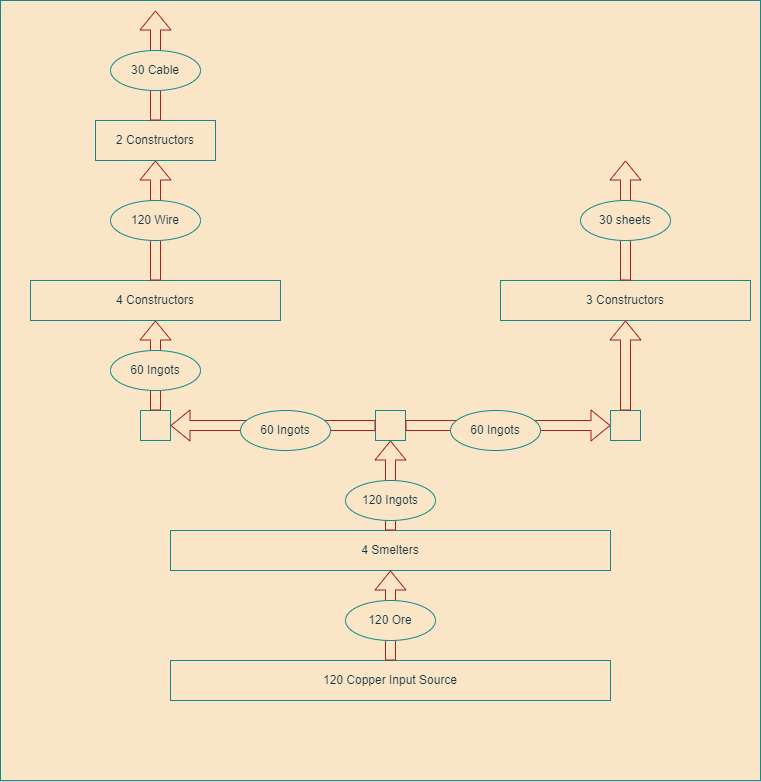
Earlier version of the draw.io export copper.drawio.png (nlarsen31/Factories). Source tidied: cells renumbered, new cells last; positions are measured from the earlier drawing's top-left corner, leaving out a move shared by most shapes.
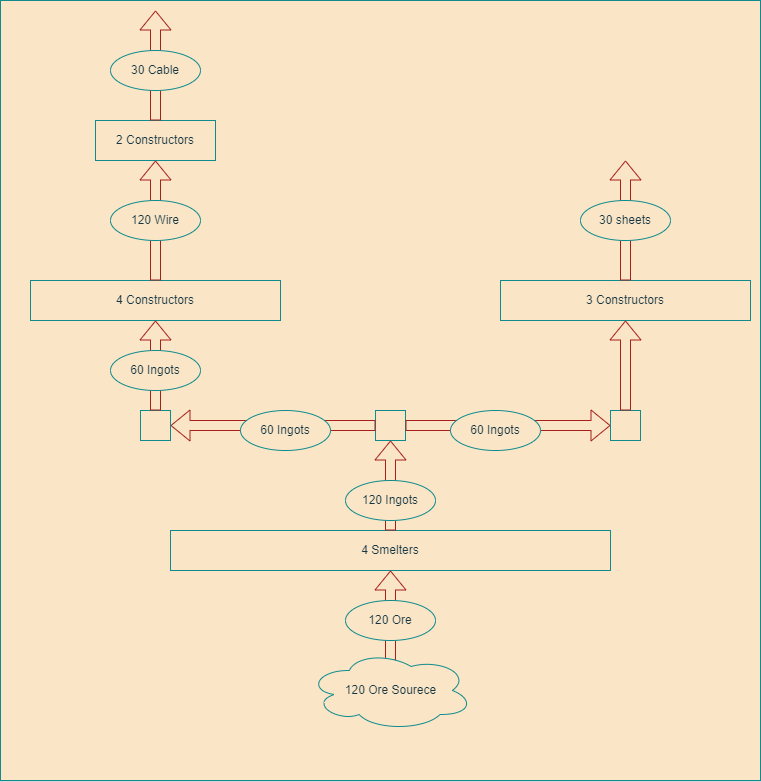
Above is the later version.

What changed in the source:
```diff
@@ -5,9 +5,6 @@
     <mxCell id="2" style="rounded=0;whiteSpace=wrap;html=1;fillColor=#FAE5C7;strokeColor=#0F8B8D;fontColor=#143642;" parent="1" vertex="1">
       <mxGeometry width="760" height="780" as="geometry" />
     </mxCell>
-    <mxCell id="3" value="120 Copper Input Source" style="rounded=0;whiteSpace=wrap;html=1;fillColor=#FAE5C7;strokeColor=#0F8B8D;fontColor=#143642;" parent="1" vertex="1">
-      <mxGeometry x="170" y="660" width="440" height="40" as="geometry" />
-    </mxCell>
     <mxCell id="4" value="4 Smelters" style="rounded=0;whiteSpace=wrap;html=1;fillColor=#FAE5C7;strokeColor=#0F8B8D;fontColor=#143642;" parent="1" vertex="1">
       <mxGeometry x="170" y="530" width="440" height="40" as="geometry" />
     </mxCell>
@@ -16,8 +13,10 @@
         <mxPoint x="390" y="440" as="targetPoint" />
       </mxGeometry>
     </mxCell>
-    <mxCell id="6" style="shape=flexArrow;endArrow=classic;html=1;rounded=0;exitX=0.5;exitY=0;exitDx=0;exitDy=0;entryX=0.5;entryY=1;entryDx=0;entryDy=0;labelBackgroundColor=#DAD2D8;strokeColor=#A8201A;fontColor=#143642;" parent="1" edge="1" source="3" target="4">
-      <mxGeometry relative="1" as="geometry" />
+    <mxCell id="6" style="shape=flexArrow;endArrow=classic;html=1;rounded=0;exitX=0.5;exitY=0;exitDx=0;exitDy=0;entryX=0.5;entryY=1;entryDx=0;entryDy=0;labelBackgroundColor=#DAD2D8;strokeColor=#A8201A;fontColor=#143642;" parent="1" edge="1" target="4">
+      <mxGeometry relative="1" as="geometry">
+        <mxPoint x="390" y="660" as="sourcePoint" />
+      </mxGeometry>
     </mxCell>
     <mxCell id="7" value="120 Ore" style="ellipse;whiteSpace=wrap;html=1;fillColor=#FAE5C7;strokeColor=#0F8B8D;fontColor=#143642;" parent="1" vertex="1">
       <mxGeometry x="345" y="600" width="90" height="40" as="geometry" />
@@ -92,5 +91,8 @@
     <mxCell id="27" value="30 sheets" style="ellipse;whiteSpace=wrap;html=1;fillColor=#FAE5C7;strokeColor=#0F8B8D;fontColor=#143642;" parent="1" vertex="1">
       <mxGeometry x="580" y="200" width="90" height="40" as="geometry" />
     </mxCell>
+    <mxCell id="28" value="120 Ore Sourece" style="ellipse;shape=cloud;whiteSpace=wrap;html=1;fontColor=#143642;strokeColor=#0F8B8D;fillColor=#FAE5C7;" parent="1" vertex="1">
+      <mxGeometry x="307.5" y="650" width="165" height="80" as="geometry" />
+    </mxCell>
   </root>
 </mxGraphModel>
```
